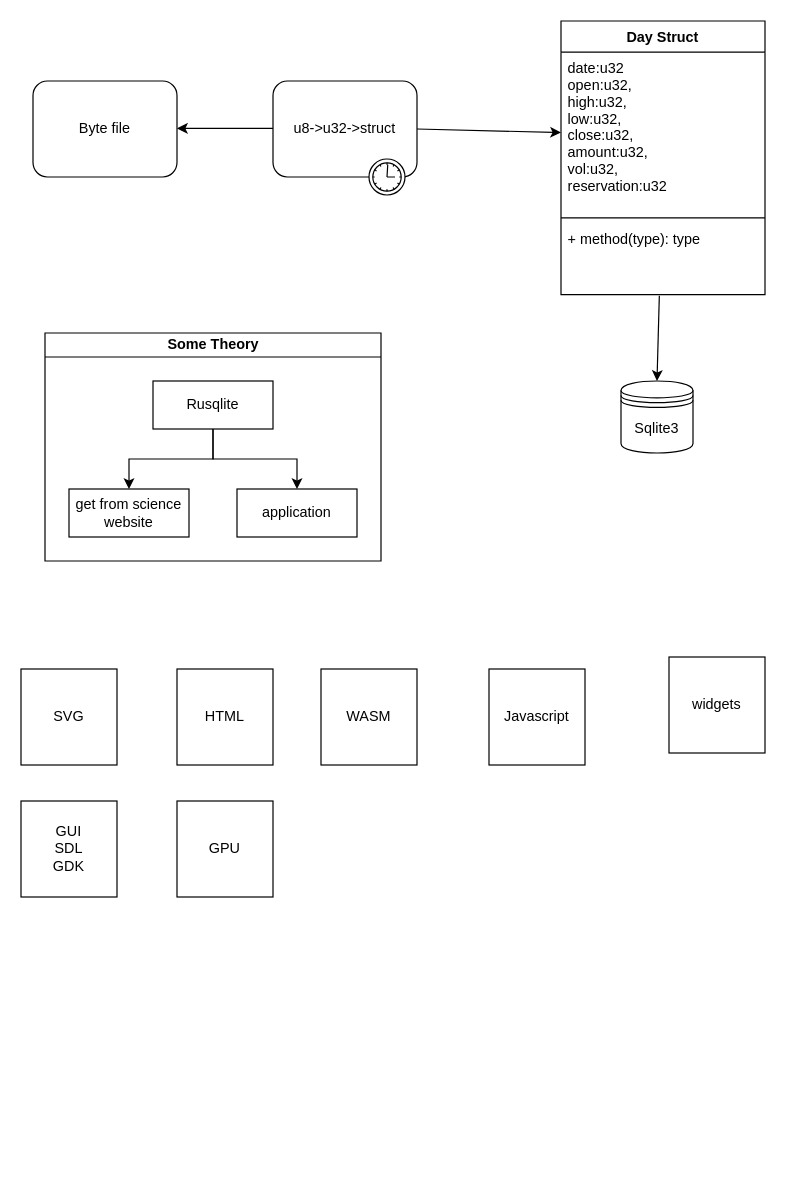
Above: conception/draft20200712.drawio in rdigua/demon (draw.io), before the change. Source tidied: cells renumbered, new cells numbered last; positions are measured from the earlier drawing's top-left corner, leaving out a move shared by most shapes. Both pictures are drawn from the tidied source at 120%, with x=0, y=0 at pixel (20, 20).
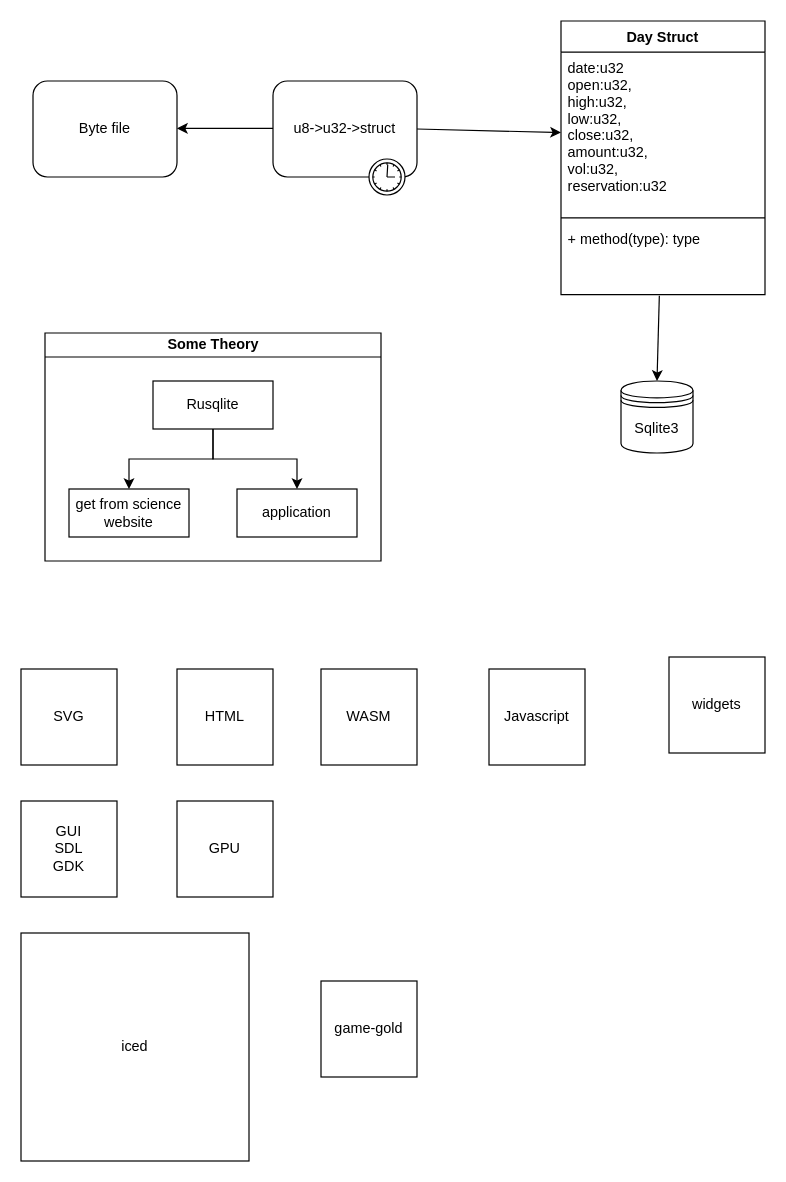
After the change.

The edit, as a diff of the source:
```diff
@@
+    <mxCell id="26" value="iced" style="whiteSpace=wrap;html=1;" parent="1" vertex="1">
+      <mxGeometry y="760" width="190" height="190" as="geometry" />
+    </mxCell>
+    <mxCell id="27" value="game-gold" style="whiteSpace=wrap;html=1;" parent="1" vertex="1">
+      <mxGeometry x="250" y="800" width="80" height="80" as="geometry" />
+    </mxCell>
```
